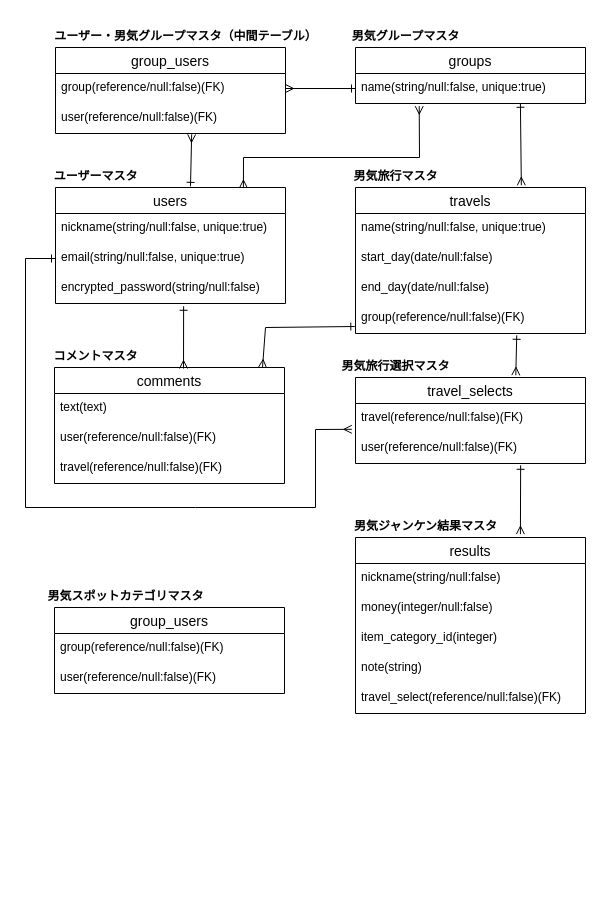
Earlier version of the draw.io diagram ER.dio (Shira3yuriharu/otokogi-janken-app). Source tidied: cells renumbered, new cells numbered last; positions are measured from the earlier drawing's top-left corner, leaving out a move shared by most shapes. Both pictures are drawn from the tidied source at 100%, with x=0, y=0 at pixel (25, 17).
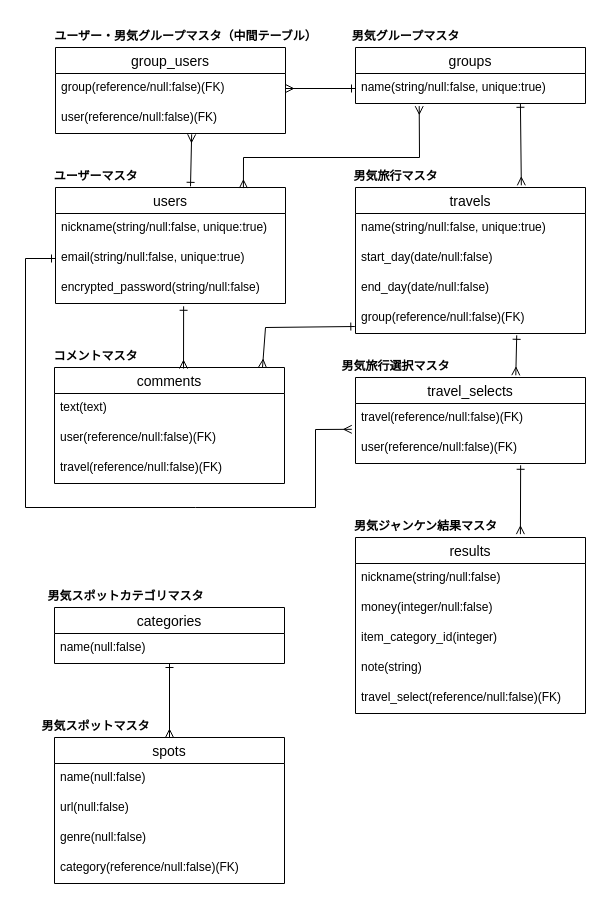
Above is the later version.

The edit, as a diff of the source:
```diff
@@
-    <mxCell id="45" value="group_users" style="swimlane;fontStyle=0;horizontal=1;startSize=26;align=center;fontSize=14;" parent="1" vertex="1">
-      <mxGeometry x="29" y="590" width="230" height="86" as="geometry" />
+    <mxCell id="45" value="categories" style="swimlane;fontStyle=0;horizontal=1;startSize=26;align=center;fontSize=14;" parent="1" vertex="1">
+      <mxGeometry x="29" y="590" width="230" height="56" as="geometry" />
     </mxCell>
-    <mxCell id="46" value="group(reference/null:false)(FK)" style="text;strokeColor=none;fillColor=none;spacingLeft=4;spacingRight=4;overflow=hidden;points=[[0,0.5],[1,0.5]];portConstraint=eastwest;fontSize=12;" parent="45" vertex="1">
+    <mxCell id="46" value="name(null:false)" style="text;strokeColor=none;fillColor=none;spacingLeft=4;spacingRight=4;overflow=hidden;points=[[0,0.5],[1,0.5]];portConstraint=eastwest;fontSize=12;" parent="45" vertex="1">
       <mxGeometry y="26" width="230" height="30" as="geometry" />
     </mxCell>
-    <mxCell id="47" value="user(reference/null:false)(FK)" style="text;strokeColor=none;fillColor=none;spacingLeft=4;spacingRight=4;overflow=hidden;fontSize=12;" parent="45" vertex="1">
-      <mxGeometry y="56" width="230" height="30" as="geometry" />
-    </mxCell>
@@
+    <mxCell id="49" value="spots" style="swimlane;fontStyle=0;horizontal=1;startSize=26;align=center;fontSize=14;" parent="1" vertex="1">
+      <mxGeometry x="29" y="720" width="230" height="146" as="geometry" />
+    </mxCell>
+    <mxCell id="50" value="name(null:false)" style="text;strokeColor=none;fillColor=none;spacingLeft=4;spacingRight=4;overflow=hidden;fontSize=12;" parent="49" vertex="1">
+      <mxGeometry y="26" width="230" height="30" as="geometry" />
+    </mxCell>
+    <mxCell id="51" value="url(null:false)" style="text;strokeColor=none;fillColor=none;spacingLeft=4;spacingRight=4;overflow=hidden;fontSize=12;" parent="49" vertex="1">
+      <mxGeometry y="56" width="230" height="30" as="geometry" />
+    </mxCell>
+    <mxCell id="52" value="genre(null:false)" style="text;strokeColor=none;fillColor=none;spacingLeft=4;spacingRight=4;overflow=hidden;fontSize=12;" parent="49" vertex="1">
+      <mxGeometry y="86" width="230" height="30" as="geometry" />
+    </mxCell>
+    <mxCell id="53" value="category(reference/null:false)(FK)" style="text;strokeColor=none;fillColor=none;spacingLeft=4;spacingRight=4;overflow=hidden;fontSize=12;" parent="49" vertex="1">
+      <mxGeometry y="116" width="230" height="30" as="geometry" />
+    </mxCell>
+    <mxCell id="54" value="&lt;font style=&quot;font-size: 12px&quot;&gt;男気スポットマスタ&lt;/font&gt;" style="text;strokeColor=none;fillColor=none;html=1;fontSize=24;fontStyle=1;verticalAlign=middle;align=center;" parent="1" vertex="1">
+      <mxGeometry x="20" y="690" width="100" height="30" as="geometry" />
+    </mxCell>
+    <mxCell id="55" style="endArrow=ERmany;html=1;rounded=0;endFill=0;startArrow=ERone;startFill=0;" parent="1" edge="1" source="46" target="49">
+      <mxGeometry relative="1" as="geometry" />
+    </mxCell>
```
